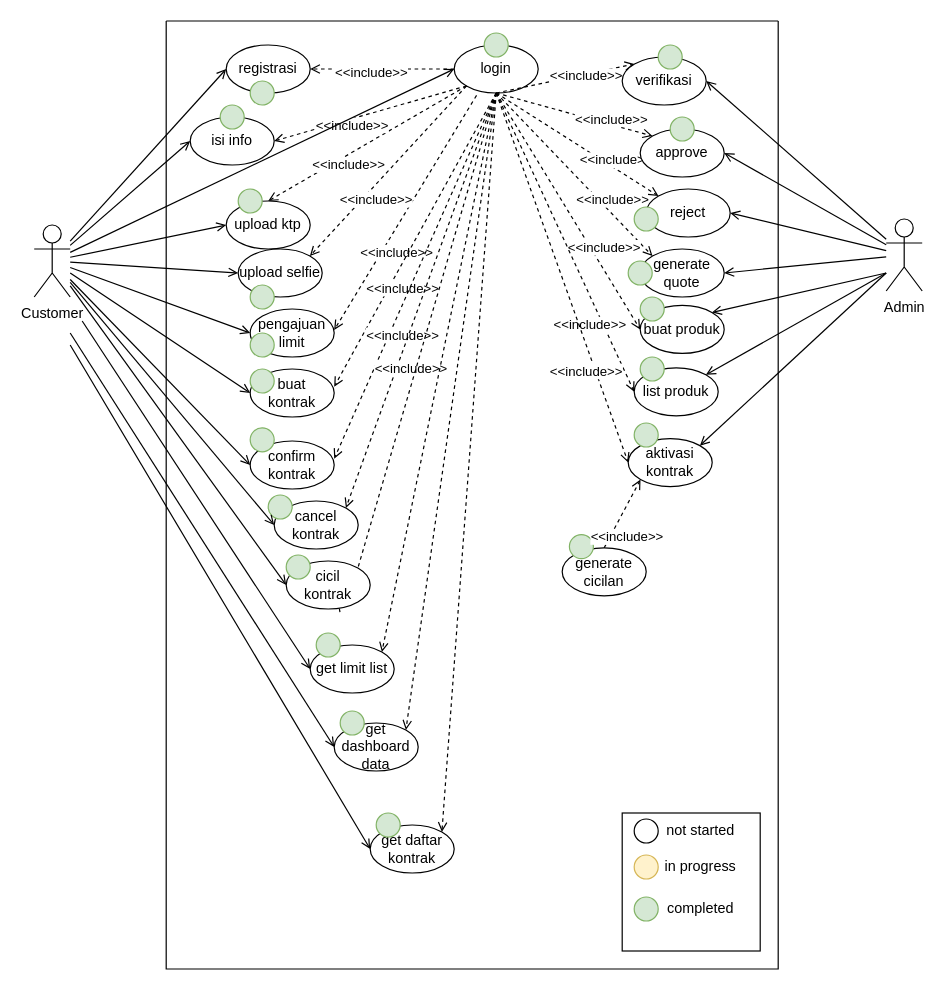
skyespirates/sikmatek keeps this draw.io diagram as page "use case" (1 of 7) of docs/docs.drawio. Above is the earlier version. Source tidied: cells renumbered, new cells numbered last; positions are measured from the earlier drawing's top-left corner, leaving out a move shared by most shapes. Both pictures are drawn from the tidied source at 120%, with x=0, y=0 at pixel (34, 20).
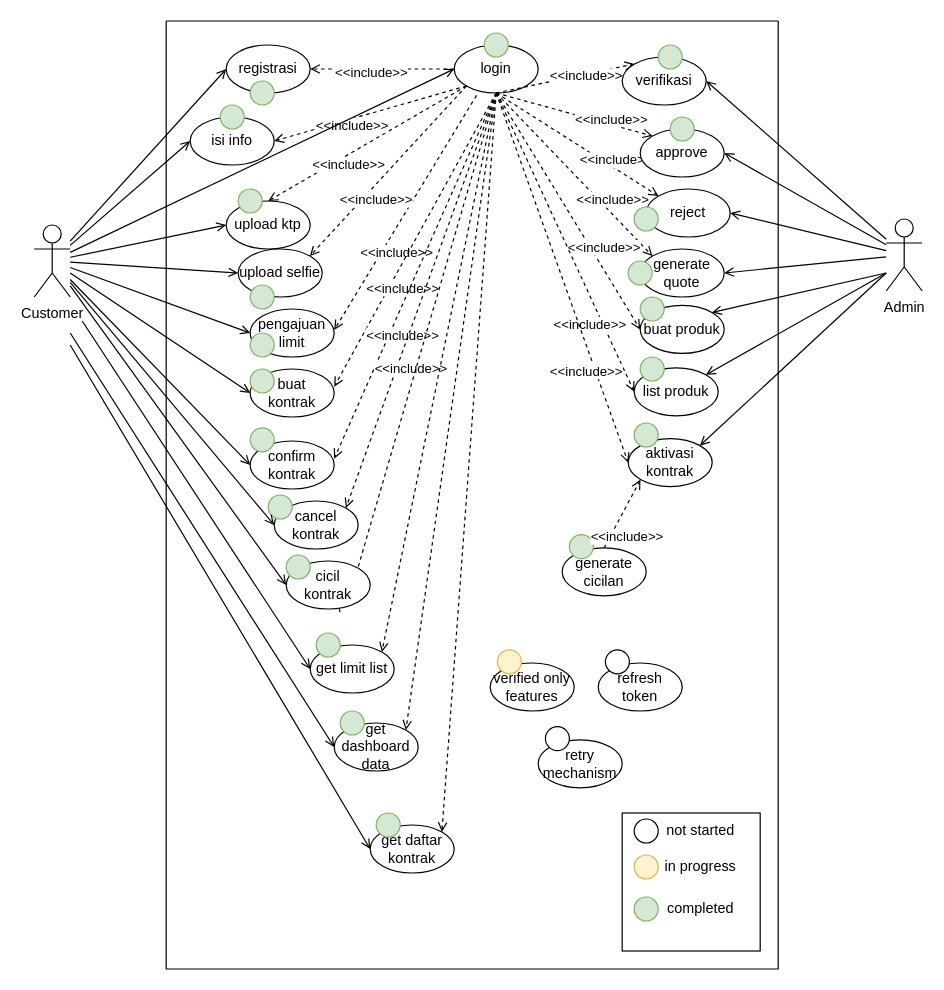
The same page after the edit.

Commit message (it also covers changes not shown here):
docs: plan new features

The change refers to these unchanged cells:
```xml
<mxCell id="2" style="swimlane;startSize=0;" parent="1" vertex="1">
  <mxGeometry x="110" width="510" height="790" as="geometry" />
</mxCell>
```

The edit, as a diff of the source:
```diff
@@
+    <mxCell id="123" style="group;" parent="2" vertex="1">
+      <mxGeometry x="270" y="526" width="70" height="49" as="geometry" />
+    </mxCell>
+    <mxCell id="124" value="verified only features" style="ellipse;whiteSpace=wrap;html=1;" parent="123" vertex="1">
+      <mxGeometry y="9" width="70" height="40" as="geometry" />
+    </mxCell>
+    <mxCell id="125" style="ellipse;whiteSpace=wrap;html=1;fillColor=#fff2cc;strokeColor=#d6b656;" parent="123" vertex="1">
+      <mxGeometry x="6" y="-2" width="20" height="20" as="geometry" />
+    </mxCell>
+    <mxCell id="126" style="group;" parent="2" vertex="1">
+      <mxGeometry x="360" y="526" width="70" height="49" as="geometry" />
+    </mxCell>
+    <mxCell id="127" value="refresh token" style="ellipse;whiteSpace=wrap;html=1;" parent="126" vertex="1">
+      <mxGeometry y="9" width="70" height="40" as="geometry" />
+    </mxCell>
+    <mxCell id="128" style="ellipse;whiteSpace=wrap;html=1;" parent="126" vertex="1">
+      <mxGeometry x="6" y="-2" width="20" height="20" as="geometry" />
+    </mxCell>
+    <mxCell id="129" style="group;" parent="2" vertex="1">
+      <mxGeometry x="310" y="590" width="70" height="49" as="geometry" />
+    </mxCell>
+    <mxCell id="130" value="retry mechanism" style="ellipse;whiteSpace=wrap;html=1;" parent="129" vertex="1">
+      <mxGeometry y="9" width="70" height="40" as="geometry" />
+    </mxCell>
+    <mxCell id="131" style="ellipse;whiteSpace=wrap;html=1;" parent="129" vertex="1">
+      <mxGeometry x="6" y="-2" width="20" height="20" as="geometry" />
+    </mxCell>
```
